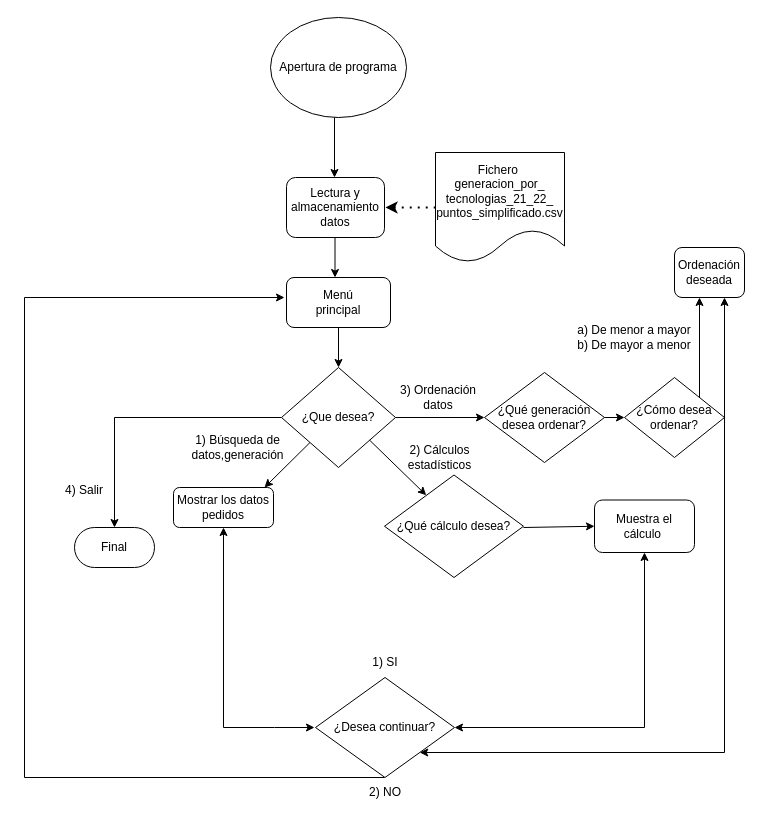
The draw.io diagram Diagramas de flujo/Diagrama de flujo.drawio in aigora/tw_E10X_2022_2023-la_resistencia, before the edit. Source tidied: cells renumbered, new cells numbered last; positions are measured from the earlier drawing's top-left corner, leaving out a move shared by most shapes. Both pictures are drawn from the tidied source at 100%, with x=0, y=0 at pixel (24, 17).
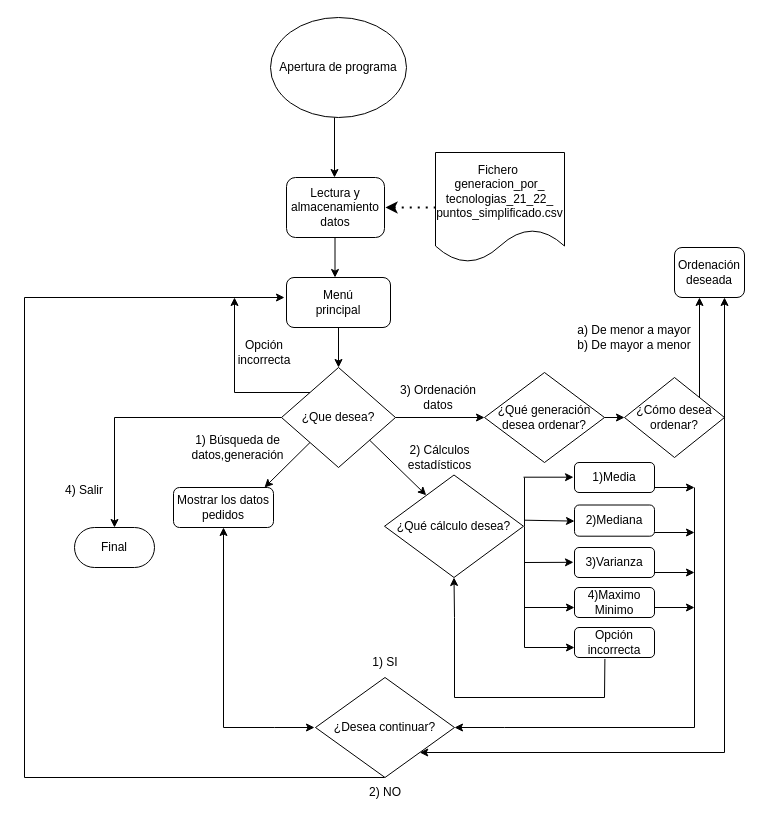
Above is the later version.

Commit message:
diagrama de flujo mejorado

Unchanged cells that the change refers to:
```xml
<mxCell id="5" value="¿Que desea?" style="rhombus;whiteSpace=wrap;html=1;" parent="1" vertex="1">
  <mxGeometry x="257" y="350" width="114" height="100" as="geometry" />
</mxCell>
<mxCell id="15" value="¿Qué cálculo desea?" style="rhombus;whiteSpace=wrap;html=1;" parent="1" vertex="1">
  <mxGeometry x="360" y="457.5" width="139" height="102.5" as="geometry" />
</mxCell>
<mxCell id="19" value="¿Desea continuar?" style="rhombus;whiteSpace=wrap;html=1;" parent="1" vertex="1">
  <mxGeometry x="291" y="660" width="139" height="100" as="geometry" />
</mxCell>
```

Diff of the diagram source:
```diff
@@
-    <mxCell id="16" value="Muestra el cálculo&amp;nbsp;" style="rounded=1;whiteSpace=wrap;html=1;" parent="1" vertex="1">
-      <mxGeometry x="570" y="482.5" width="100" height="52.5" as="geometry" />
-    </mxCell>
-    <mxCell id="17" style="endArrow=classic;html=1;rounded=0;entryX=0;entryY=0.5;entryDx=0;entryDy=0;" parent="1" edge="1" target="16">
-      <mxGeometry relative="1" as="geometry">
-        <mxPoint x="499" y="510" as="sourcePoint" />
-      </mxGeometry>
-    </mxCell>
@@
-    <mxCell id="20" style="endArrow=classic;html=1;rounded=0;exitX=0.5;exitY=1;exitDx=0;exitDy=0;entryX=1;entryY=0.5;entryDx=0;entryDy=0;startArrow=classic;startFill=1;" parent="1" edge="1" source="16" target="19">
-      <mxGeometry relative="1" as="geometry">
-        <Array as="points">
-          <mxPoint x="620" y="710" />
-        </Array>
-      </mxGeometry>
-    </mxCell>
@@
+    <mxCell id="37" style="endArrow=classic;html=1;rounded=0;exitX=0;exitY=0;exitDx=0;exitDy=0;" parent="1" edge="1" source="5">
+      <mxGeometry relative="1" as="geometry">
+        <mxPoint x="210" y="280" as="targetPoint" />
+        <Array as="points">
+          <mxPoint x="210" y="375" />
+        </Array>
+      </mxGeometry>
+    </mxCell>
+    <mxCell id="38" value="Opción incorrecta" style="text;html=1;strokeColor=none;fillColor=none;align=center;verticalAlign=middle;whiteSpace=wrap;rounded=0;" parent="1" vertex="1">
+      <mxGeometry x="210" y="320" width="60" height="30" as="geometry" />
+    </mxCell>
+    <mxCell id="39" value="1)Media" style="rounded=1;whiteSpace=wrap;html=1;" parent="1" vertex="1">
+      <mxGeometry x="550" y="445" width="80" height="30" as="geometry" />
+    </mxCell>
+    <mxCell id="40" value="2)Mediana" style="rounded=1;whiteSpace=wrap;html=1;" parent="1" vertex="1">
+      <mxGeometry x="550" y="487.5" width="80" height="31.2" as="geometry" />
+    </mxCell>
+    <mxCell id="41" value="3)Varianza" style="rounded=1;whiteSpace=wrap;html=1;" parent="1" vertex="1">
+      <mxGeometry x="550" y="530" width="80" height="30" as="geometry" />
+    </mxCell>
+    <mxCell id="42" value="4)Maximo Minimo" style="rounded=1;whiteSpace=wrap;html=1;" parent="1" vertex="1">
+      <mxGeometry x="550" y="570" width="80" height="30" as="geometry" />
+    </mxCell>
+    <mxCell id="43" value="Opción incorrecta" style="rounded=1;whiteSpace=wrap;html=1;" parent="1" vertex="1">
+      <mxGeometry x="550" y="610" width="80" height="30" as="geometry" />
+    </mxCell>
+    <mxCell id="44" style="endArrow=none;html=1;rounded=0;" parent="1" edge="1">
+      <mxGeometry relative="1" as="geometry">
+        <mxPoint x="500" y="630" as="sourcePoint" />
+        <mxPoint x="500" y="460" as="targetPoint" />
+        <Array as="points">
+          <mxPoint x="500" y="508.8" />
+        </Array>
+      </mxGeometry>
+    </mxCell>
+    <mxCell id="45" style="endArrow=classic;html=1;rounded=0;entryX=0;entryY=0.5;entryDx=0;entryDy=0;" parent="1" edge="1">
+      <mxGeometry relative="1" as="geometry">
+        <mxPoint x="499" y="459.7" as="sourcePoint" />
+        <mxPoint x="549" y="459.7" as="targetPoint" />
+      </mxGeometry>
+    </mxCell>
+    <mxCell id="46" style="endArrow=classic;html=1;rounded=0;entryX=0;entryY=0.75;entryDx=0;entryDy=0;" parent="1" edge="1">
+      <mxGeometry relative="1" as="geometry">
+        <mxPoint x="500" y="502.7" as="sourcePoint" />
+        <mxPoint x="550" y="503.6" as="targetPoint" />
+      </mxGeometry>
+    </mxCell>
+    <mxCell id="47" style="endArrow=classic;html=1;rounded=0;entryX=0;entryY=0.75;entryDx=0;entryDy=0;" parent="1" edge="1">
+      <mxGeometry relative="1" as="geometry">
+        <mxPoint x="500" y="545" as="sourcePoint" />
+        <mxPoint x="549" y="544.8" as="targetPoint" />
+      </mxGeometry>
+    </mxCell>
+    <mxCell id="48" style="endArrow=classic;html=1;rounded=0;" parent="1" edge="1">
+      <mxGeometry relative="1" as="geometry">
+        <mxPoint x="500" y="590" as="sourcePoint" />
+        <mxPoint x="550" y="590" as="targetPoint" />
+      </mxGeometry>
+    </mxCell>
+    <mxCell id="49" style="endArrow=classic;html=1;rounded=0;entryX=0;entryY=1;entryDx=0;entryDy=0;" parent="1" edge="1">
+      <mxGeometry relative="1" as="geometry">
+        <mxPoint x="500" y="630" as="sourcePoint" />
+        <mxPoint x="550" y="630" as="targetPoint" />
+      </mxGeometry>
+    </mxCell>
+    <mxCell id="50" style="endArrow=classic;html=1;rounded=0;entryX=0.5;entryY=1;entryDx=0;entryDy=0;exitX=0.38;exitY=1.047;exitDx=0;exitDy=0;exitPerimeter=0;" parent="1" edge="1" source="43" target="15">
+      <mxGeometry relative="1" as="geometry">
+        <Array as="points">
+          <mxPoint x="580" y="680" />
+          <mxPoint x="430" y="680" />
+          <mxPoint x="430" y="600" />
+        </Array>
+      </mxGeometry>
+    </mxCell>
+    <mxCell id="51" style="endArrow=classic;html=1;rounded=0;" parent="1" edge="1">
+      <mxGeometry relative="1" as="geometry">
+        <mxPoint x="630" y="470" as="sourcePoint" />
+        <mxPoint x="670" y="470" as="targetPoint" />
+      </mxGeometry>
+    </mxCell>
+    <mxCell id="52" style="endArrow=none;html=1;rounded=0;exitX=1;exitY=0.5;exitDx=0;exitDy=0;startArrow=classic;startFill=1;" parent="1" edge="1" source="19">
+      <mxGeometry relative="1" as="geometry">
+        <mxPoint x="670" y="470" as="targetPoint" />
+        <Array as="points">
+          <mxPoint x="480" y="710" />
+          <mxPoint x="670" y="710" />
+        </Array>
+      </mxGeometry>
+    </mxCell>
+    <mxCell id="53" style="endArrow=classic;html=1;rounded=0;" parent="1" edge="1">
+      <mxGeometry relative="1" as="geometry">
+        <mxPoint x="630" y="515" as="sourcePoint" />
+        <mxPoint x="670" y="515" as="targetPoint" />
+      </mxGeometry>
+    </mxCell>
+    <mxCell id="54" style="endArrow=classic;html=1;rounded=0;" parent="1" edge="1">
+      <mxGeometry relative="1" as="geometry">
+        <mxPoint x="630" y="555" as="sourcePoint" />
+        <mxPoint x="670" y="555" as="targetPoint" />
+      </mxGeometry>
+    </mxCell>
+    <mxCell id="55" style="endArrow=classic;html=1;rounded=0;" parent="1" edge="1">
+      <mxGeometry relative="1" as="geometry">
+        <mxPoint x="630" y="590" as="sourcePoint" />
+        <mxPoint x="670" y="590" as="targetPoint" />
+      </mxGeometry>
+    </mxCell>
```
